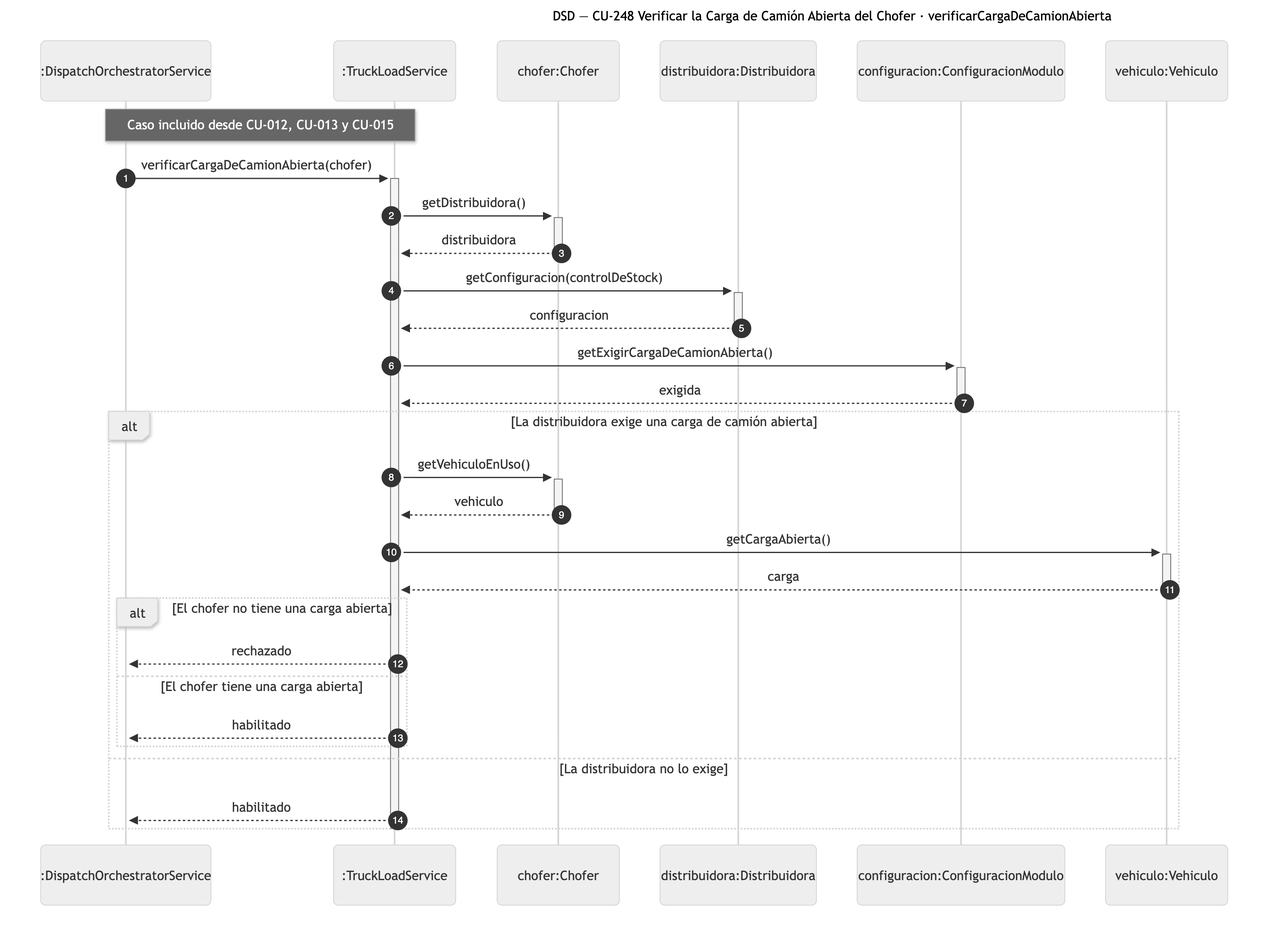
Above: diagramas/png/DSD_CU-248_verificarCargaDeCamionAbierta.png in Nahuelito-Dev/splg-docs (Mermaid), before the change. Its source is kept beside it as diagramas/DSD_CU-248_verificarCargaDeCamionAbierta.mmd.
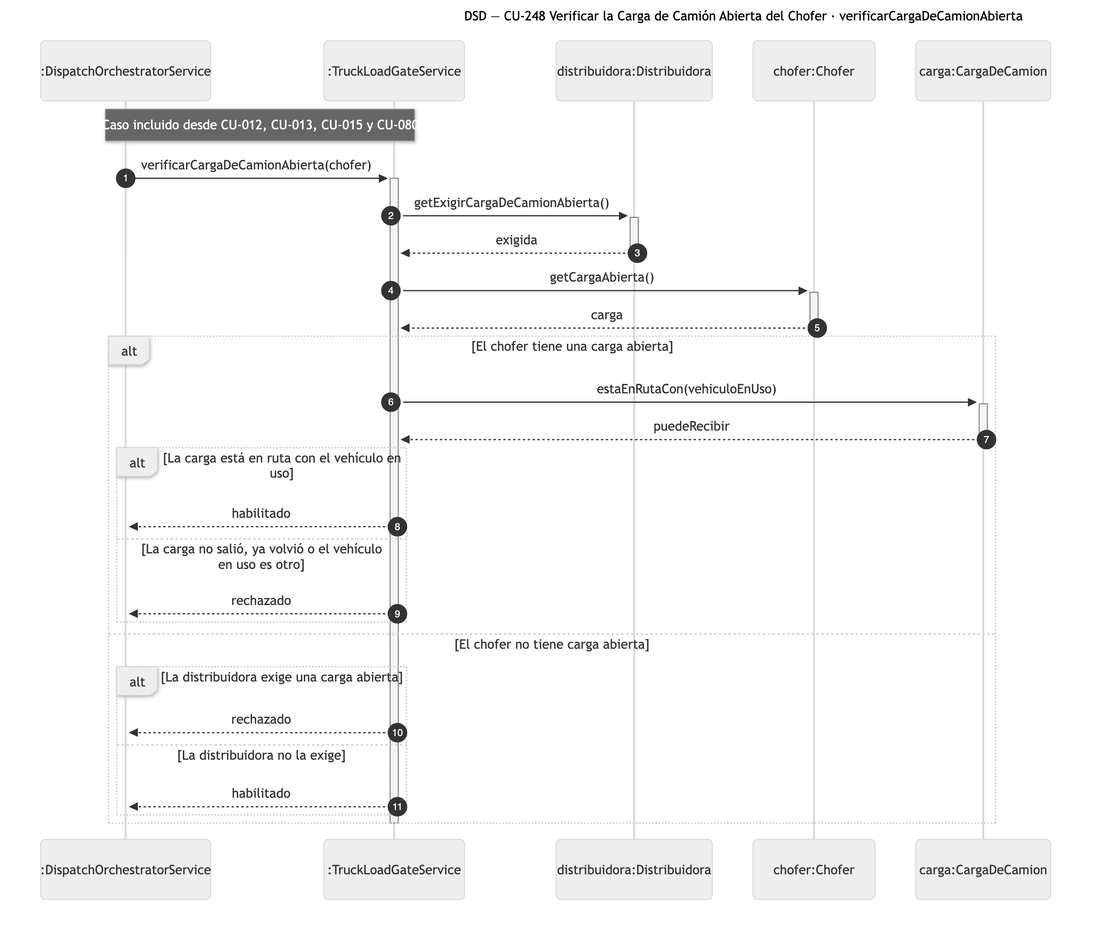
After the commit.

What changed in the source:
```diff
@@ -2,31 +2,30 @@
     title DSD — CU-248 Verificar la Carga de Camión Abierta del Chofer · verificarCargaDeCamionAbierta
     autonumber
     participant SRV as :DispatchOrchestratorService
-    participant TLS as :TruckLoadService
+    participant TLG as :TruckLoadGateService
+    participant DIS as distribuidora:Distribuidora
     participant CHO as chofer:Chofer
-    participant DIS as distribuidora:Distribuidora
-    participant CFG as configuracion:ConfiguracionModulo
-    participant VEH as vehiculo:Vehiculo
+    participant CAR as carga:CargaDeCamion
 
-    Note over SRV,TLS: Caso incluido desde CU-012, CU-013 y CU-015
-    SRV->>+TLS: verificarCargaDeCamionAbierta(chofer)
-    TLS->>+CHO: getDistribuidora()
-    CHO-->>-TLS: distribuidora
-    TLS->>+DIS: getConfiguracion(controlDeStock)
-    DIS-->>-TLS: configuracion
-    TLS->>+CFG: getExigirCargaDeCamionAbierta()
-    CFG-->>-TLS: exigida
-    alt La distribuidora exige una carga de camión abierta
-        TLS->>+CHO: getVehiculoEnUso()
-        CHO-->>-TLS: vehiculo
-        TLS->>+VEH: getCargaAbierta()
-        VEH-->>-TLS: carga
-        alt El chofer no tiene una carga abierta
-            TLS-->>SRV: rechazado
-        else El chofer tiene una carga abierta
-            TLS-->>SRV: habilitado
+    Note over SRV,TLG: Caso incluido desde CU-012, CU-013, CU-015 y CU-080
+    SRV->>+TLG: verificarCargaDeCamionAbierta(chofer)
+    TLG->>+DIS: getExigirCargaDeCamionAbierta()
+    DIS-->>-TLG: exigida
+    TLG->>+CHO: getCargaAbierta()
+    CHO-->>-TLG: carga
+    alt El chofer tiene una carga abierta
+        TLG->>+CAR: estaEnRutaCon(vehiculoEnUso)
+        CAR-->>-TLG: puedeRecibir
+        alt La carga está en ruta con el vehículo en uso
+            TLG-->>SRV: habilitado
+        else La carga no salió, ya volvió o el vehículo en uso es otro
+            TLG-->>SRV: rechazado
         end
-    else La distribuidora no lo exige
-        TLS-->>SRV: habilitado
+    else El chofer no tiene carga abierta
+        alt La distribuidora exige una carga abierta
+            TLG-->>SRV: rechazado
+        else La distribuidora no la exige
+            TLG-->>SRV: habilitado
+        end
     end
-    deactivate TLS
+    deactivate TLG
```
